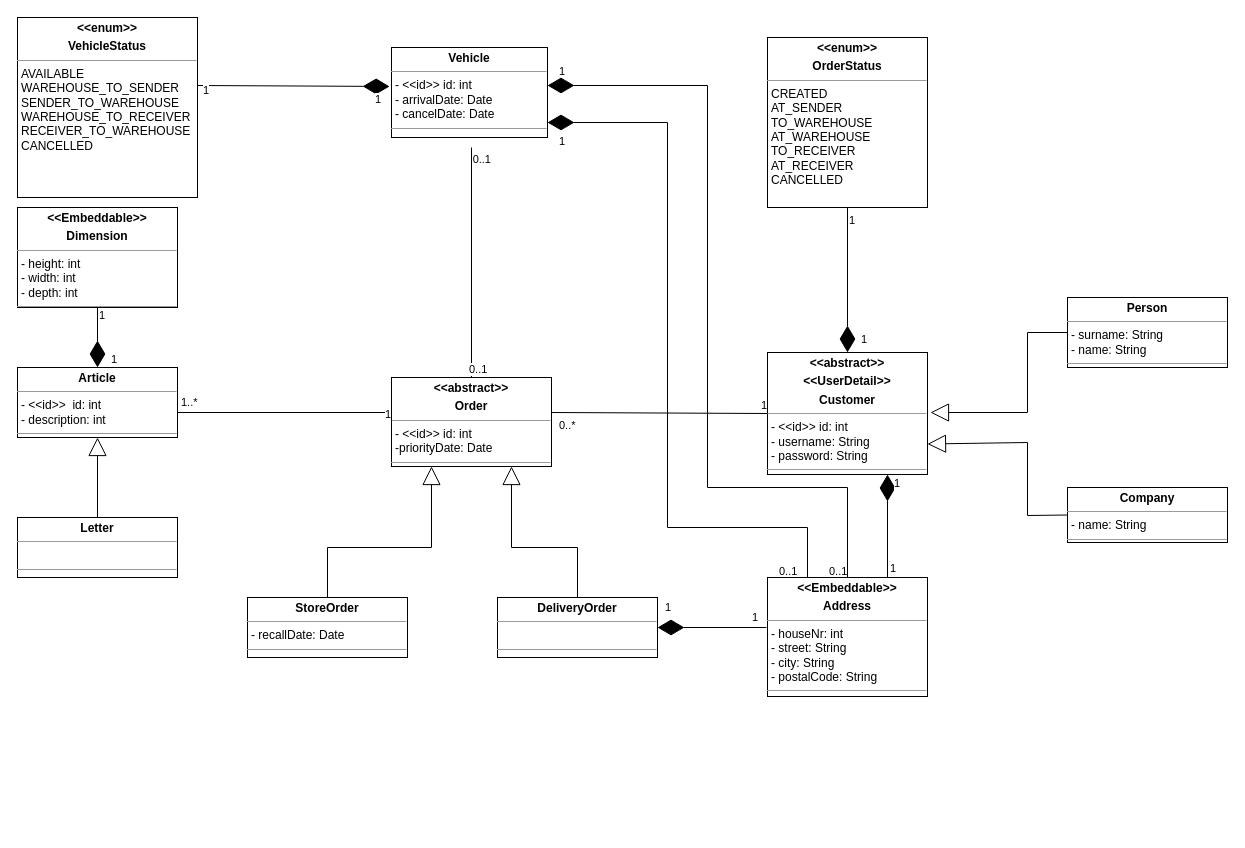
MatthiasEberhardt/Softwareentwicklung keeps this draw.io diagram as domainDiagram.drawio. Above is the earlier version. Source tidied: cells renumbered, new cells numbered last; positions are measured from the earlier drawing's top-left corner, leaving out a move shared by most shapes. Both pictures are drawn from the tidied source at 100%, with x=0, y=0 at pixel (17, 17).
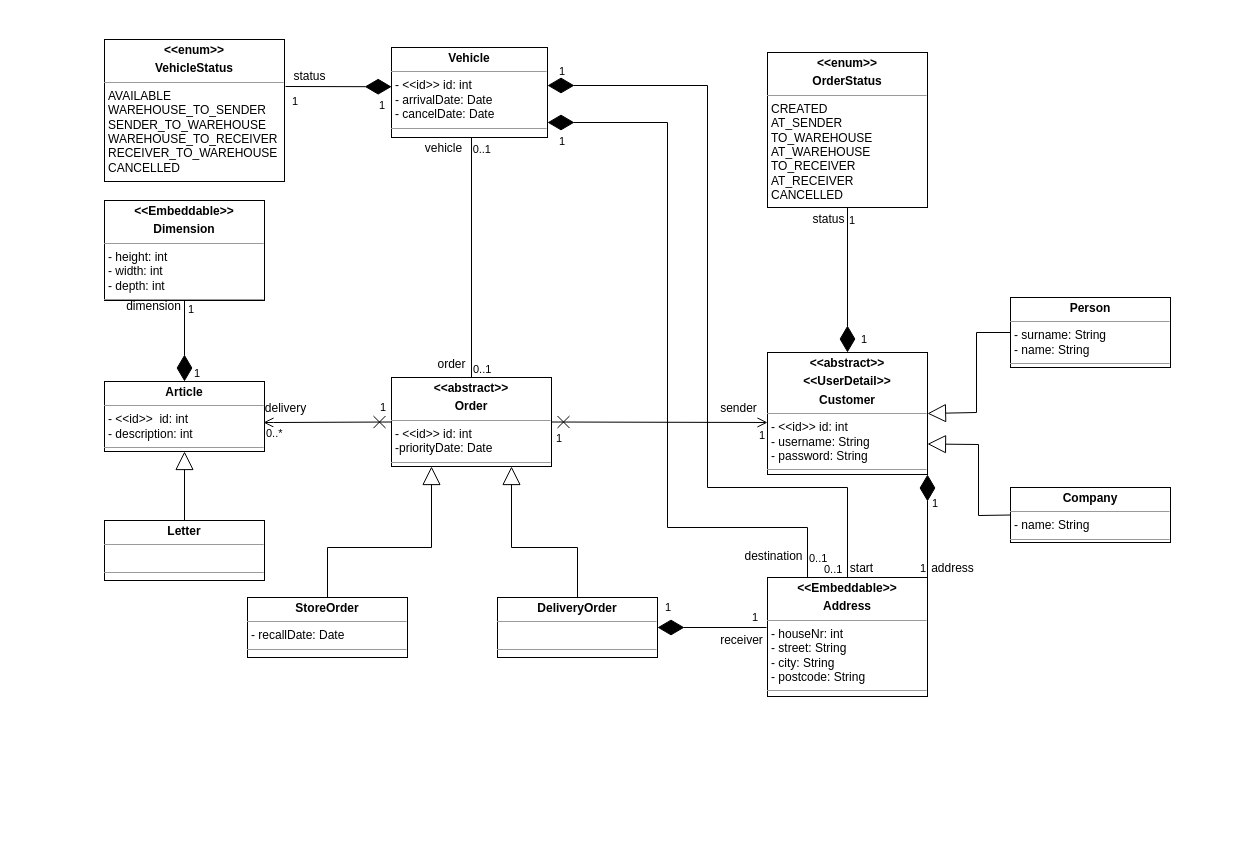
The same page after the edit.

The change refers to these unchanged cells:
```xml
<mxCell id="3" value="&lt;p style=&quot;margin: 0px ; margin-top: 4px ; text-align: center&quot;&gt;&lt;b&gt;&amp;lt;&amp;lt;abstract&amp;gt;&amp;gt;&lt;/b&gt;&lt;/p&gt;&lt;p style=&quot;margin: 0px ; margin-top: 4px ; text-align: center&quot;&gt;&lt;b&gt;&amp;lt;&amp;lt;UserDetail&amp;gt;&amp;gt;&lt;/b&gt;&lt;/p&gt;&lt;p style=&quot;margin: 0px ; margin-top: 4px ; text-align: center&quot;&gt;&lt;b&gt;Customer&lt;/b&gt;&lt;/p&gt;&lt;hr size=&quot;1&quot;&gt;&lt;p style=&quot;margin: 0px ; margin-left: 4px&quot;&gt;&lt;span&gt;-&amp;nbsp;&lt;/span&gt;&lt;span&gt;&amp;lt;&amp;lt;id&amp;gt;&amp;gt;&amp;nbsp;&lt;/span&gt;&lt;span&gt;id: int&lt;/span&gt;&lt;/p&gt;&lt;p style=&quot;margin: 0px ; margin-left: 4px&quot;&gt;- username: String&lt;/p&gt;&lt;p style=&quot;margin: 0px ; margin-left: 4px&quot;&gt;- password: String&lt;/p&gt;&lt;hr size=&quot;1&quot;&gt;&lt;p style=&quot;margin: 0px ; margin-left: 4px&quot;&gt;&lt;br&gt;&lt;/p&gt;" style="verticalAlign=top;align=left;overflow=fill;fontSize=12;fontFamily=Helvetica;html=1;" parent="1" vertex="1">
  <mxGeometry x="750" y="335" width="160" height="122" as="geometry" />
</mxCell>
<mxCell id="5" value="&lt;p style=&quot;margin: 0px ; margin-top: 4px ; text-align: center&quot;&gt;&lt;b&gt;&amp;lt;&amp;lt;abstract&amp;gt;&amp;gt;&lt;/b&gt;&lt;/p&gt;&lt;p style=&quot;margin: 0px ; margin-top: 4px ; text-align: center&quot;&gt;&lt;b&gt;Order&lt;/b&gt;&lt;/p&gt;&lt;hr size=&quot;1&quot;&gt;&lt;p style=&quot;margin: 0px ; margin-left: 4px&quot;&gt;&lt;span&gt;-&amp;nbsp;&lt;/span&gt;&lt;span&gt;&amp;lt;&amp;lt;id&amp;gt;&amp;gt;&amp;nbsp;&lt;/span&gt;&lt;span&gt;id: int&lt;/span&gt;&lt;/p&gt;&lt;p style=&quot;margin: 0px ; margin-left: 4px&quot;&gt;-priorityDate: Date&lt;/p&gt;&lt;hr size=&quot;1&quot;&gt;&lt;p style=&quot;margin: 0px ; margin-left: 4px&quot;&gt;&lt;br&gt;&lt;/p&gt;" style="verticalAlign=top;align=left;overflow=fill;fontSize=12;fontFamily=Helvetica;html=1;" parent="1" vertex="1">
  <mxGeometry x="374" y="360" width="160" height="89" as="geometry" />
</mxCell>
<mxCell id="11" value="&lt;p style=&quot;margin: 0px ; margin-top: 4px ; text-align: center&quot;&gt;&lt;b&gt;Vehicle&lt;/b&gt;&lt;/p&gt;&lt;hr size=&quot;1&quot;&gt;&lt;p style=&quot;margin: 0px ; margin-left: 4px&quot;&gt;&lt;span&gt;-&amp;nbsp;&lt;/span&gt;&lt;span&gt;&amp;lt;&amp;lt;id&amp;gt;&amp;gt;&amp;nbsp;&lt;/span&gt;&lt;span&gt;id: int&lt;/span&gt;&lt;/p&gt;&lt;p style=&quot;margin: 0px ; margin-left: 4px&quot;&gt;- arrivalDate: Date&lt;/p&gt;&lt;p style=&quot;margin: 0px ; margin-left: 4px&quot;&gt;- cancelDate: Date&lt;/p&gt;&lt;hr size=&quot;1&quot;&gt;&lt;p style=&quot;margin: 0px ; margin-left: 4px&quot;&gt;&lt;br&gt;&lt;/p&gt;" style="verticalAlign=top;align=left;overflow=fill;fontSize=12;fontFamily=Helvetica;html=1;" parent="1" vertex="1">
  <mxGeometry x="374" y="30" width="156" height="90" as="geometry" />
</mxCell>
```

The edit, as a diff of the source:
```diff
@@
-    <mxCell id="2" value="&lt;p style=&quot;margin: 0px ; margin-top: 4px ; text-align: center&quot;&gt;&lt;b&gt;&amp;lt;&amp;lt;Embeddable&amp;gt;&amp;gt;&lt;/b&gt;&lt;/p&gt;&lt;p style=&quot;margin: 0px ; margin-top: 4px ; text-align: center&quot;&gt;&lt;b&gt;Address&lt;/b&gt;&lt;/p&gt;&lt;hr size=&quot;1&quot;&gt;&lt;p style=&quot;margin: 0px ; margin-left: 4px&quot;&gt;- houseNr: int&lt;/p&gt;&lt;p style=&quot;margin: 0px ; margin-left: 4px&quot;&gt;- street: String&lt;/p&gt;&lt;p style=&quot;margin: 0px ; margin-left: 4px&quot;&gt;- city: String&lt;/p&gt;&lt;p style=&quot;margin: 0px ; margin-left: 4px&quot;&gt;- postalCode: String&lt;/p&gt;&lt;hr size=&quot;1&quot;&gt;&lt;p style=&quot;margin: 0px ; margin-left: 4px&quot;&gt;&lt;br&gt;&lt;/p&gt;" style="verticalAlign=top;align=left;overflow=fill;fontSize=12;fontFamily=Helvetica;html=1;" parent="1" vertex="1">
+    <mxCell id="2" value="&lt;p style=&quot;margin: 0px ; margin-top: 4px ; text-align: center&quot;&gt;&lt;b&gt;&amp;lt;&amp;lt;Embeddable&amp;gt;&amp;gt;&lt;/b&gt;&lt;/p&gt;&lt;p style=&quot;margin: 0px ; margin-top: 4px ; text-align: center&quot;&gt;&lt;b&gt;Address&lt;/b&gt;&lt;/p&gt;&lt;hr size=&quot;1&quot;&gt;&lt;p style=&quot;margin: 0px ; margin-left: 4px&quot;&gt;- houseNr: int&lt;/p&gt;&lt;p style=&quot;margin: 0px ; margin-left: 4px&quot;&gt;- street: String&lt;/p&gt;&lt;p style=&quot;margin: 0px ; margin-left: 4px&quot;&gt;- city: String&lt;/p&gt;&lt;p style=&quot;margin: 0px ; margin-left: 4px&quot;&gt;- postcode: String&lt;/p&gt;&lt;hr size=&quot;1&quot;&gt;&lt;p style=&quot;margin: 0px ; margin-left: 4px&quot;&gt;&lt;br&gt;&lt;/p&gt;" style="verticalAlign=top;align=left;overflow=fill;fontSize=12;fontFamily=Helvetica;html=1;" parent="1" vertex="1">
       <mxGeometry x="750" y="560" width="160" height="119" as="geometry" />
     </mxCell>
@@
     <mxCell id="4" value="&lt;p style=&quot;margin: 0px ; margin-top: 4px ; text-align: center&quot;&gt;&lt;b&gt;Article&lt;/b&gt;&lt;/p&gt;&lt;hr size=&quot;1&quot;&gt;&lt;p style=&quot;margin: 0px ; margin-left: 4px&quot;&gt;&lt;span&gt;-&amp;nbsp;&lt;/span&gt;&lt;span&gt;&amp;lt;&amp;lt;id&amp;gt;&amp;gt;&amp;nbsp;&lt;/span&gt;&lt;span&gt;&amp;nbsp;id: int&lt;/span&gt;&lt;/p&gt;&lt;p style=&quot;margin: 0px ; margin-left: 4px&quot;&gt;&lt;span&gt;- description: int&lt;/span&gt;&lt;/p&gt;&lt;hr size=&quot;1&quot;&gt;&lt;p style=&quot;margin: 0px ; margin-left: 4px&quot;&gt;&lt;br&gt;&lt;/p&gt;" style="verticalAlign=top;align=left;overflow=fill;fontSize=12;fontFamily=Helvetica;html=1;" parent="1" vertex="1">
-      <mxGeometry y="350" width="160" height="70" as="geometry" />
+      <mxGeometry x="87" y="364" width="160" height="70" as="geometry" />
     </mxCell>
@@
     <mxCell id="8" value="&lt;p style=&quot;margin: 0px ; margin-top: 4px ; text-align: center&quot;&gt;&lt;b&gt;Person&lt;/b&gt;&lt;/p&gt;&lt;hr size=&quot;1&quot;&gt;&lt;p style=&quot;margin: 0px ; margin-left: 4px&quot;&gt;&lt;span&gt;- surname: String&lt;/span&gt;&lt;br&gt;&lt;/p&gt;&lt;p style=&quot;margin: 0px ; margin-left: 4px&quot;&gt;- name: String&lt;/p&gt;&lt;hr size=&quot;1&quot;&gt;&lt;p style=&quot;margin: 0px ; margin-left: 4px&quot;&gt;&lt;br&gt;&lt;/p&gt;" style="verticalAlign=top;align=left;overflow=fill;fontSize=12;fontFamily=Helvetica;html=1;" parent="1" vertex="1">
-      <mxGeometry x="1050" y="280" width="160" height="70" as="geometry" />
+      <mxGeometry x="993" y="280" width="160" height="70" as="geometry" />
     </mxCell>
     <mxCell id="9" value="&lt;p style=&quot;margin: 0px ; margin-top: 4px ; text-align: center&quot;&gt;&lt;b&gt;Company&lt;/b&gt;&lt;/p&gt;&lt;hr size=&quot;1&quot;&gt;&lt;p style=&quot;margin: 0px ; margin-left: 4px&quot;&gt;&lt;span&gt;- name: String&lt;/span&gt;&lt;br&gt;&lt;/p&gt;&lt;hr size=&quot;1&quot;&gt;&lt;p style=&quot;margin: 0px ; margin-left: 4px&quot;&gt;&lt;br&gt;&lt;/p&gt;" style="verticalAlign=top;align=left;overflow=fill;fontSize=12;fontFamily=Helvetica;html=1;" parent="1" vertex="1">
-      <mxGeometry x="1050" y="470" width="160" height="55" as="geometry" />
+      <mxGeometry x="993" y="470" width="160" height="55" as="geometry" />
     </mxCell>
     <mxCell id="10" value="&lt;p style=&quot;margin: 0px ; margin-top: 4px ; text-align: center&quot;&gt;&lt;b&gt;Letter&lt;/b&gt;&lt;/p&gt;&lt;hr size=&quot;1&quot;&gt;&lt;p style=&quot;margin: 0px ; margin-left: 4px&quot;&gt;&lt;br&gt;&lt;/p&gt;&lt;hr size=&quot;1&quot;&gt;&lt;p style=&quot;margin: 0px ; margin-left: 4px&quot;&gt;&lt;br&gt;&lt;/p&gt;" style="verticalAlign=top;align=left;overflow=fill;fontSize=12;fontFamily=Helvetica;html=1;" parent="1" vertex="1">
-      <mxGeometry y="500" width="160" height="60" as="geometry" />
+      <mxGeometry x="87" y="503" width="160" height="60" as="geometry" />
     </mxCell>
@@
     <mxCell id="12" value="&lt;p style=&quot;margin: 0px ; margin-top: 4px ; text-align: center&quot;&gt;&lt;b&gt;&amp;lt;&amp;lt;enum&amp;gt;&amp;gt;&lt;/b&gt;&lt;/p&gt;&lt;p style=&quot;margin: 0px ; margin-top: 4px ; text-align: center&quot;&gt;&lt;b&gt;VehicleStatus&lt;/b&gt;&lt;/p&gt;&lt;hr size=&quot;1&quot;&gt;&lt;p style=&quot;margin: 0px ; margin-left: 4px&quot;&gt;&lt;/p&gt;&lt;p style=&quot;margin: 0px ; margin-left: 4px&quot;&gt;AVAILABLE&lt;/p&gt;&lt;p style=&quot;margin: 0px ; margin-left: 4px&quot;&gt;WAREHOUSE_TO_SENDER&lt;/p&gt;&lt;p style=&quot;margin: 0px ; margin-left: 4px&quot;&gt;SENDER_TO_WAREHOUSE&lt;/p&gt;&lt;p style=&quot;margin: 0px ; margin-left: 4px&quot;&gt;WAREHOUSE_TO_RECEIVER&lt;/p&gt;&lt;p style=&quot;margin: 0px ; margin-left: 4px&quot;&gt;RECEIVER_TO_WAREHOUSE&lt;/p&gt;&lt;p style=&quot;margin: 0px ; margin-left: 4px&quot;&gt;CANCELLED&lt;/p&gt;" style="verticalAlign=top;align=left;overflow=fill;fontSize=12;fontFamily=Helvetica;html=1;" parent="1" vertex="1">
-      <mxGeometry width="180" height="180" as="geometry" />
+      <mxGeometry x="87" y="22" width="180" height="142" as="geometry" />
     </mxCell>
     <mxCell id="13" value="&lt;p style=&quot;margin: 0px ; margin-top: 4px ; text-align: center&quot;&gt;&lt;b&gt;&amp;lt;&amp;lt;enum&amp;gt;&amp;gt;&lt;/b&gt;&lt;/p&gt;&lt;p style=&quot;margin: 0px ; margin-top: 4px ; text-align: center&quot;&gt;&lt;b&gt;OrderStatus&lt;/b&gt;&lt;/p&gt;&lt;hr size=&quot;1&quot;&gt;&lt;p style=&quot;margin: 0px ; margin-left: 4px&quot;&gt;&lt;/p&gt;&lt;p style=&quot;margin: 0px ; margin-left: 4px&quot;&gt;CREATED&lt;/p&gt;&lt;p style=&quot;margin: 0px ; margin-left: 4px&quot;&gt;AT_SENDER&lt;/p&gt;&lt;p style=&quot;margin: 0px ; margin-left: 4px&quot;&gt;TO_WAREHOUSE&lt;/p&gt;&lt;p style=&quot;margin: 0px ; margin-left: 4px&quot;&gt;AT_WAREHOUSE&lt;/p&gt;&lt;p style=&quot;margin: 0px ; margin-left: 4px&quot;&gt;TO_RECEIVER&lt;/p&gt;&lt;p style=&quot;margin: 0px ; margin-left: 4px&quot;&gt;AT_RECEIVER&lt;/p&gt;&lt;p style=&quot;margin: 0px ; margin-left: 4px&quot;&gt;CANCELLED&lt;/p&gt;" style="verticalAlign=top;align=left;overflow=fill;fontSize=12;fontFamily=Helvetica;html=1;" parent="1" vertex="1">
-      <mxGeometry x="750" y="20" width="160" height="170" as="geometry" />
+      <mxGeometry x="750" y="35" width="160" height="155" as="geometry" />
     </mxCell>
     <mxCell id="14" value="&lt;p style=&quot;margin: 0px ; margin-top: 4px ; text-align: center&quot;&gt;&lt;b&gt;&amp;lt;&amp;lt;Embeddable&amp;gt;&amp;gt;&lt;/b&gt;&lt;/p&gt;&lt;p style=&quot;margin: 0px ; margin-top: 4px ; text-align: center&quot;&gt;&lt;b&gt;Dimension&lt;/b&gt;&lt;/p&gt;&lt;hr size=&quot;1&quot;&gt;&lt;p style=&quot;margin: 0px ; margin-left: 4px&quot;&gt;&lt;span&gt;- height: int&lt;/span&gt;&lt;br&gt;&lt;/p&gt;&lt;p style=&quot;margin: 0px ; margin-left: 4px&quot;&gt;- width: int&lt;/p&gt;&lt;p style=&quot;margin: 0px ; margin-left: 4px&quot;&gt;- depth: int&lt;/p&gt;&lt;hr size=&quot;1&quot;&gt;&lt;p style=&quot;margin: 0px ; margin-left: 4px&quot;&gt;&lt;br&gt;&lt;/p&gt;" style="verticalAlign=top;align=left;overflow=fill;fontSize=12;fontFamily=Helvetica;html=1;" parent="1" vertex="1">
-      <mxGeometry y="190" width="160" height="100" as="geometry" />
+      <mxGeometry x="87" y="183" width="160" height="100" as="geometry" />
     </mxCell>
-    <mxCell id="15" style="endArrow=block;endSize=16;endFill=0;html=1;rounded=0;exitX=0;exitY=0.5;exitDx=0;exitDy=0;" parent="1" edge="1" source="8">
+    <mxCell id="15" style="endArrow=block;endSize=16;endFill=0;html=1;rounded=0;exitX=0;exitY=0.5;exitDx=0;exitDy=0;entryX=1;entryY=0.5;entryDx=0;entryDy=0;" parent="1" edge="1" source="8" target="3">
       <mxGeometry x="0.12" relative="1" as="geometry">
-        <mxPoint x="913" y="395" as="targetPoint" />
         <Array as="points">
-          <mxPoint x="1010" y="315" />
-          <mxPoint x="1010" y="395" />
+          <mxPoint x="959" y="315" />
+          <mxPoint x="959" y="395" />
         </Array>
       </mxGeometry>
     </mxCell>
     <mxCell id="16" style="endArrow=block;endSize=16;endFill=0;html=1;rounded=0;exitX=0;exitY=0.5;exitDx=0;exitDy=0;entryX=1;entryY=0.75;entryDx=0;entryDy=0;" parent="1" edge="1" source="9" target="3">
       <mxGeometry x="0.12" relative="1" as="geometry">
         <Array as="points">
-          <mxPoint x="1010" y="498" />
-          <mxPoint x="1010" y="425" />
+          <mxPoint x="961" y="498" />
+          <mxPoint x="961" y="427" />
         </Array>
       </mxGeometry>
     </mxCell>
@@
-    <mxCell id="21" style="endArrow=diamondThin;endFill=1;endSize=24;html=1;rounded=0;entryX=-0.012;entryY=0.433;entryDx=0;entryDy=0;entryPerimeter=0;" parent="1" edge="1" target="11">
+    <mxCell id="21" style="endArrow=diamondThin;endFill=1;endSize=24;html=1;rounded=0;entryX=0.001;entryY=0.436;entryDx=0;entryDy=0;entryPerimeter=0;" parent="1" edge="1" target="11">
       <mxGeometry relative="1" as="geometry">
-        <mxPoint x="180" y="68" as="sourcePoint" />
+        <mxPoint x="268" y="69" as="sourcePoint" />
       </mxGeometry>
     </mxCell>
@@
-    <mxCell id="23" style="endArrow=diamondThin;endFill=1;endSize=24;html=1;rounded=0;entryX=0.75;entryY=1;entryDx=0;entryDy=0;exitX=0.75;exitY=0;exitDx=0;exitDy=0;" parent="1" edge="1" source="2" target="3">
+    <mxCell id="23" style="endArrow=diamondThin;endFill=1;endSize=24;html=1;rounded=0;entryX=1;entryY=1;entryDx=0;entryDy=0;exitX=1;exitY=0;exitDx=0;exitDy=0;" parent="1" edge="1" source="2" target="3">
       <mxGeometry relative="1" as="geometry" />
     </mxCell>
@@
-    <mxCell id="25" style="endArrow=none;html=1;edgeStyle=orthogonalEdgeStyle;rounded=0;entryX=0;entryY=0.5;entryDx=0;entryDy=0;exitX=1;exitY=0.5;exitDx=0;exitDy=0;" parent="1" edge="1" source="4" target="5">
-      <mxGeometry relative="1" as="geometry">
-        <Array as="points">
-          <mxPoint x="374" y="395" />
-        </Array>
-      </mxGeometry>
-    </mxCell>
-    <mxCell id="26" value="1..*" style="edgeLabel;html=1;align=left;verticalAlign=bottom;" parent="25" vertex="1">
-      <mxGeometry x="-1" relative="1" as="geometry">
-        <mxPoint x="2" y="8" as="offset" />
-      </mxGeometry>
-    </mxCell>
-    <mxCell id="27" value="1" style="edgeLabel;html=1;align=right;verticalAlign=bottom;" parent="25" vertex="1">
-      <mxGeometry x="1" relative="1" as="geometry" />
-    </mxCell>
-    <mxCell id="28" style="endArrow=none;html=1;edgeStyle=orthogonalEdgeStyle;rounded=0;exitX=0.5;exitY=0;exitDx=0;exitDy=0;" parent="1" edge="1">
+    <mxCell id="28" style="endArrow=none;html=1;edgeStyle=orthogonalEdgeStyle;rounded=0;exitX=0.5;exitY=0;exitDx=0;exitDy=0;" parent="1" edge="1" source="5">
       <mxGeometry relative="1" as="geometry">
-        <mxPoint x="450" y="360" as="sourcePoint" />
-        <mxPoint x="454" y="130" as="targetPoint" />
-        <Array as="points">
-          <mxPoint x="454" y="360" />
-        </Array>
+        <mxPoint x="454" y="120" as="targetPoint" />
       </mxGeometry>
     </mxCell>
@@
-    <mxCell id="31" style="endArrow=none;html=1;edgeStyle=orthogonalEdgeStyle;rounded=0;entryX=0;entryY=0.5;entryDx=0;entryDy=0;exitX=1;exitY=0.5;exitDx=0;exitDy=0;" parent="1" edge="1" source="5" target="3">
-      <mxGeometry relative="1" as="geometry">
-        <Array as="points">
-          <mxPoint x="534" y="395" />
-        </Array>
-      </mxGeometry>
-    </mxCell>
-    <mxCell id="32" value="0..*" style="edgeLabel;html=1;align=left;verticalAlign=bottom;" parent="31" vertex="1">
-      <mxGeometry x="-1" relative="1" as="geometry">
-        <mxPoint x="6" y="11" as="offset" />
-      </mxGeometry>
-    </mxCell>
-    <mxCell id="33" value="1" style="edgeLabel;html=1;align=right;verticalAlign=bottom;" parent="31" vertex="1">
-      <mxGeometry x="1" relative="1" as="geometry" />
-    </mxCell>
     <mxCell id="34" value="1" style="edgeLabel;html=1;align=right;verticalAlign=bottom;" parent="1" vertex="1">
-      <mxGeometry x="1030" y="730" as="geometry">
+      <mxGeometry x="1060" y="730" as="geometry">
         <mxPoint x="-151" y="-171" as="offset" />
       </mxGeometry>
     </mxCell>
     <mxCell id="35" value="1" style="edgeLabel;html=1;align=right;verticalAlign=bottom;" parent="1" vertex="1">
-      <mxGeometry x="810" y="360" as="geometry">
+      <mxGeometry x="848" y="380" as="geometry">
         <mxPoint x="73" y="114" as="offset" />
       </mxGeometry>
     </mxCell>
@@
     <mxCell id="40" value="1" style="edgeLabel;html=1;align=right;verticalAlign=bottom;" parent="1" vertex="1">
-      <mxGeometry x="820" y="470" as="geometry">
+      <mxGeometry x="824" y="476" as="geometry">
         <mxPoint x="-456" y="-380" as="offset" />
       </mxGeometry>
     </mxCell>
     <mxCell id="41" value="1" style="edgeLabel;html=1;align=right;verticalAlign=bottom;" parent="1" vertex="1">
-      <mxGeometry x="330" y="40" as="geometry">
+      <mxGeometry x="419" y="51" as="geometry">
         <mxPoint x="-138" y="41" as="offset" />
       </mxGeometry>
     </mxCell>
     <mxCell id="42" value="1" style="edgeLabel;html=1;align=right;verticalAlign=bottom;" parent="1" vertex="1">
-      <mxGeometry x="97" y="312" as="geometry">
+      <mxGeometry x="186" y="306" as="geometry">
         <mxPoint x="-9" y="-6" as="offset" />
       </mxGeometry>
     </mxCell>
     <mxCell id="43" value="1" style="edgeLabel;html=1;align=right;verticalAlign=bottom;" parent="1" vertex="1">
-      <mxGeometry x="100" y="350" as="geometry" />
+      <mxGeometry x="183" y="364" as="geometry" />
     </mxCell>
@@
     <mxCell id="48" value="&lt;span style=&quot;color: rgb(0 , 0 , 0) ; font-family: &amp;#34;helvetica&amp;#34; ; font-size: 11px ; font-style: normal ; font-weight: 400 ; letter-spacing: normal ; text-align: right ; text-indent: 0px ; text-transform: none ; word-spacing: 0px ; background-color: rgb(255 , 255 , 255) ; display: inline ; float: none&quot;&gt;0..1&lt;/span&gt;" style="text;whiteSpace=wrap;html=1;" parent="1" vertex="1">
-      <mxGeometry x="760" y="540" width="30" height="30" as="geometry" />
+      <mxGeometry x="790" y="527" width="30" height="30" as="geometry" />
     </mxCell>
     <mxCell id="49" value="&lt;span style=&quot;color: rgb(0 , 0 , 0) ; font-family: &amp;#34;helvetica&amp;#34; ; font-size: 11px ; font-style: normal ; font-weight: 400 ; letter-spacing: normal ; text-align: right ; text-indent: 0px ; text-transform: none ; word-spacing: 0px ; background-color: rgb(255 , 255 , 255) ; display: inline ; float: none&quot;&gt;0..1&lt;/span&gt;" style="text;whiteSpace=wrap;html=1;" parent="1" vertex="1">
-      <mxGeometry x="810" y="540" width="30" height="30" as="geometry" />
+      <mxGeometry x="805" y="538" width="30" height="30" as="geometry" />
     </mxCell>
+    <mxCell id="50" style="endArrow=open;startArrow=cross;endFill=0;startFill=0;endSize=8;startSize=10;html=1;rounded=0;exitX=0;exitY=0.5;exitDx=0;exitDy=0;" parent="1" edge="1" source="5">
+      <mxGeometry relative="1" as="geometry">
+        <mxPoint x="246" y="405" as="targetPoint" />
+        <Array as="points">
+          <mxPoint x="256" y="405" />
+        </Array>
+      </mxGeometry>
+    </mxCell>
+    <mxCell id="51" value="1" style="edgeLabel;html=1;align=right;verticalAlign=bottom;" parent="1" vertex="1">
+      <mxGeometry x="760.5" y="406" as="geometry">
+        <mxPoint x="-392" y="-8" as="offset" />
+      </mxGeometry>
+    </mxCell>
+    <mxCell id="32" value="&lt;span style=&quot;color: rgb(0 , 0 , 0) ; font-family: &amp;#34;helvetica&amp;#34; ; font-size: 11px ; font-style: normal ; font-weight: 400 ; letter-spacing: normal ; text-align: right ; text-indent: 0px ; text-transform: none ; word-spacing: 0px ; background-color: rgb(255 , 255 , 255) ; display: inline ; float: none&quot;&gt;0..*&lt;/span&gt;" style="text;whiteSpace=wrap;html=1;" parent="1" vertex="1">
+      <mxGeometry x="247" y="402" width="30" height="30" as="geometry" />
+    </mxCell>
+    <mxCell id="52" value="delivery" style="text;html=1;align=center;verticalAlign=middle;strokeColor=none;fillColor=none;" parent="1" vertex="1">
+      <mxGeometry x="242" y="382" width="51" height="18" as="geometry" />
+    </mxCell>
+    <mxCell id="53" style="endArrow=open;startArrow=cross;endFill=0;startFill=0;endSize=8;startSize=10;html=1;rounded=0;exitX=1;exitY=0.5;exitDx=0;exitDy=0;" parent="1" edge="1" source="5">
+      <mxGeometry relative="1" as="geometry">
+        <mxPoint x="750" y="405" as="targetPoint" />
+      </mxGeometry>
+    </mxCell>
+    <mxCell id="54" value="1" style="edgeLabel;html=1;align=right;verticalAlign=bottom;" parent="1" vertex="1">
+      <mxGeometry x="807" y="268" as="geometry">
+        <mxPoint x="-59" y="158" as="offset" />
+      </mxGeometry>
+    </mxCell>
+    <mxCell id="55" value="1" style="edgeLabel;html=1;align=right;verticalAlign=bottom;" parent="1" vertex="1">
+      <mxGeometry x="377" y="813" as="geometry">
+        <mxPoint x="168" y="-384" as="offset" />
+      </mxGeometry>
+    </mxCell>
+    <mxCell id="56" value="sender" style="text;html=1;align=center;verticalAlign=middle;strokeColor=none;fillColor=none;" parent="1" vertex="1">
+      <mxGeometry x="697" y="382" width="47" height="18" as="geometry" />
+    </mxCell>
+    <mxCell id="57" value="order" style="text;html=1;align=center;verticalAlign=middle;strokeColor=none;fillColor=none;" parent="1" vertex="1">
+      <mxGeometry x="415" y="338" width="38" height="18" as="geometry" />
+    </mxCell>
+    <mxCell id="58" value="vehicle" style="text;html=1;align=center;verticalAlign=middle;strokeColor=none;fillColor=none;" parent="1" vertex="1">
+      <mxGeometry x="402" y="122" width="47" height="18" as="geometry" />
+    </mxCell>
+    <mxCell id="59" value="status" style="text;html=1;align=center;verticalAlign=middle;strokeColor=none;fillColor=none;" parent="1" vertex="1">
+      <mxGeometry x="271" y="50" width="42" height="18" as="geometry" />
+    </mxCell>
+    <mxCell id="60" value="status" style="text;html=1;align=center;verticalAlign=middle;strokeColor=none;fillColor=none;" parent="1" vertex="1">
+      <mxGeometry x="790" y="193" width="42" height="18" as="geometry" />
+    </mxCell>
+    <mxCell id="61" value="receiver" style="text;html=1;align=center;verticalAlign=middle;strokeColor=none;fillColor=none;" parent="1" vertex="1">
+      <mxGeometry x="697" y="614" width="53" height="18" as="geometry" />
+    </mxCell>
+    <mxCell id="62" value="address" style="text;html=1;align=center;verticalAlign=middle;strokeColor=none;fillColor=none;" parent="1" vertex="1">
+      <mxGeometry x="908" y="542" width="53" height="18" as="geometry" />
+    </mxCell>
+    <mxCell id="63" value="start" style="text;html=1;align=center;verticalAlign=middle;strokeColor=none;fillColor=none;" parent="1" vertex="1">
+      <mxGeometry x="827" y="542" width="33" height="18" as="geometry" />
+    </mxCell>
+    <mxCell id="64" value="destination" style="text;html=1;align=center;verticalAlign=middle;strokeColor=none;fillColor=none;" parent="1" vertex="1">
+      <mxGeometry x="722" y="530" width="68" height="18" as="geometry" />
+    </mxCell>
+    <mxCell id="65" value="dimension" style="text;html=1;align=center;verticalAlign=middle;strokeColor=none;fillColor=none;" parent="1" vertex="1">
+      <mxGeometry x="103" y="280" width="65" height="18" as="geometry" />
+    </mxCell>
```
